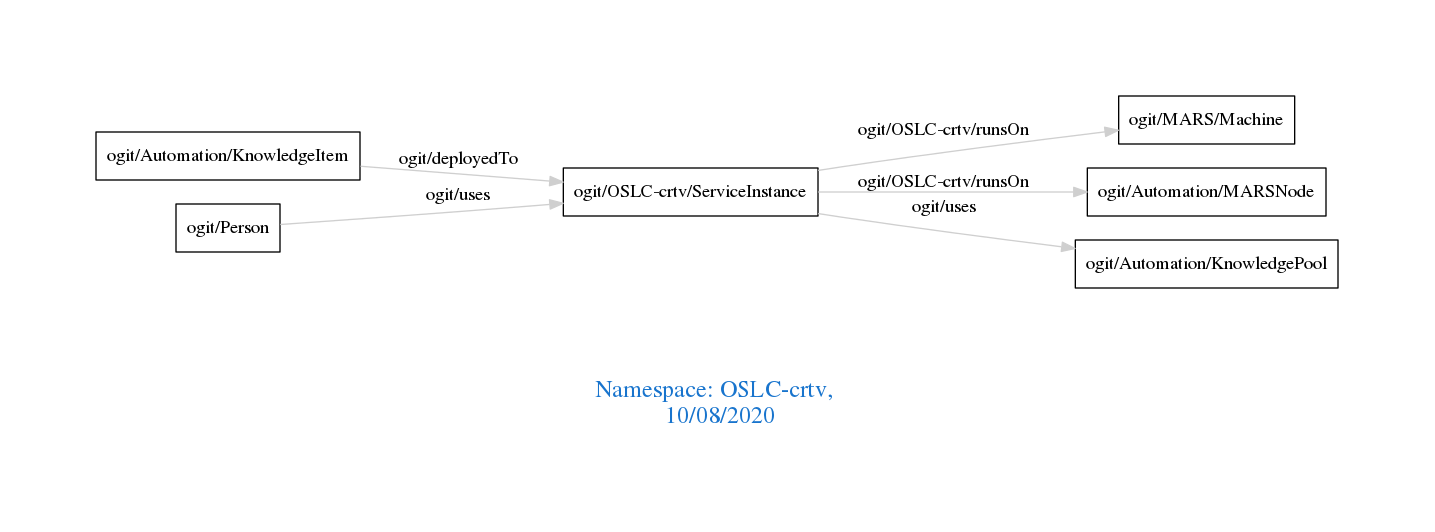
Before: downloads/OSLC-crtv.png, a diagram exported from Graphviz (arago/OGIT). Its source is kept beside it as downloads/OSLC-crtv.dot.
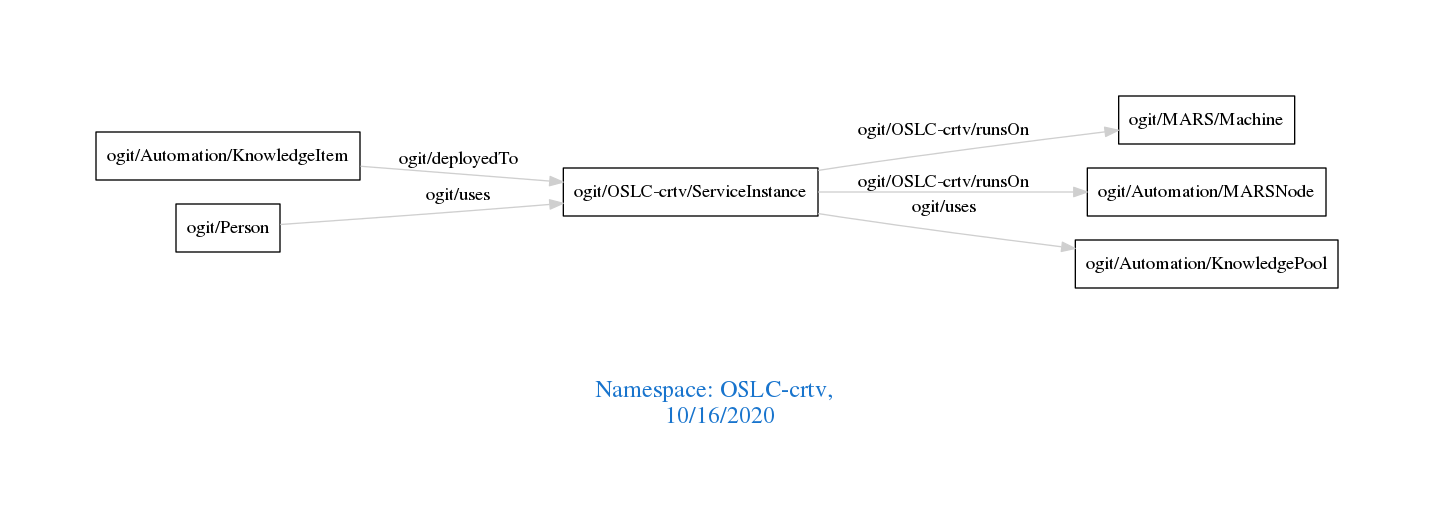
After the change.

The edit, as a diff of the source:
```diff
@@ -1,7 +1,7 @@
 digraph OGIT_ontology {
  graph [ rankdir= LR,pad=1
 fontsize = 18,
-fontcolor= dodgerblue3,label = "\n\n\nNamespace: OSLC-crtv, \n 10/08/2020"];
+fontcolor= dodgerblue3,label = "\n\n\nNamespace: OSLC-crtv, \n 10/16/2020"];
 node[shape=polygon];
 edge [  color="gray81"];
 
```
